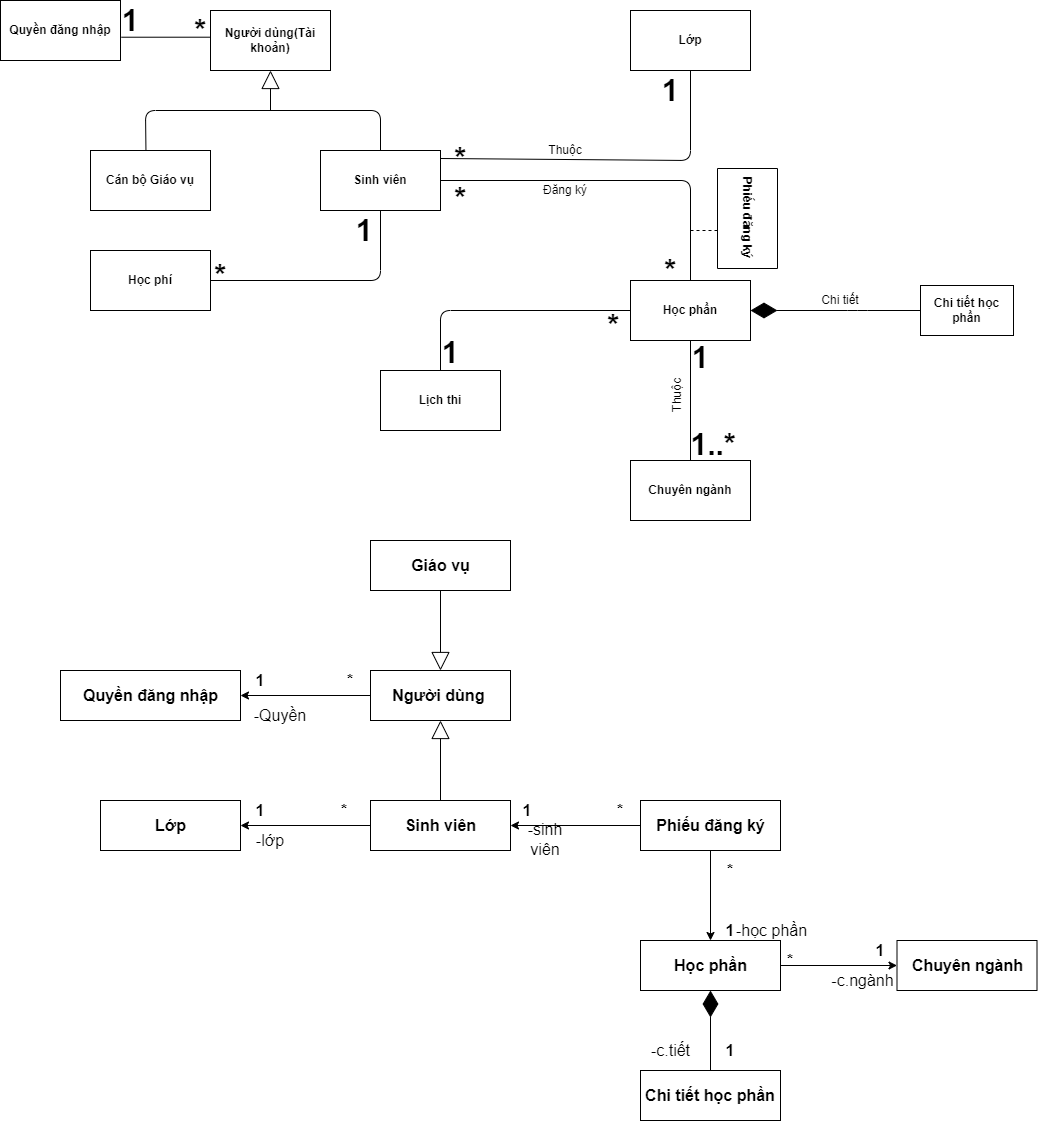
Dat0309/Cong-Nghe-Phan-Mem keeps this draw.io diagram as Ctk43/Phần Mềm Đăng Ký Học Phần/Class Diagram.drawio.png. Above is the earlier version. Source tidied: cells renumbered, new cells last; positions are measured from the earlier drawing's top-left corner, leaving out a move shared by most shapes.
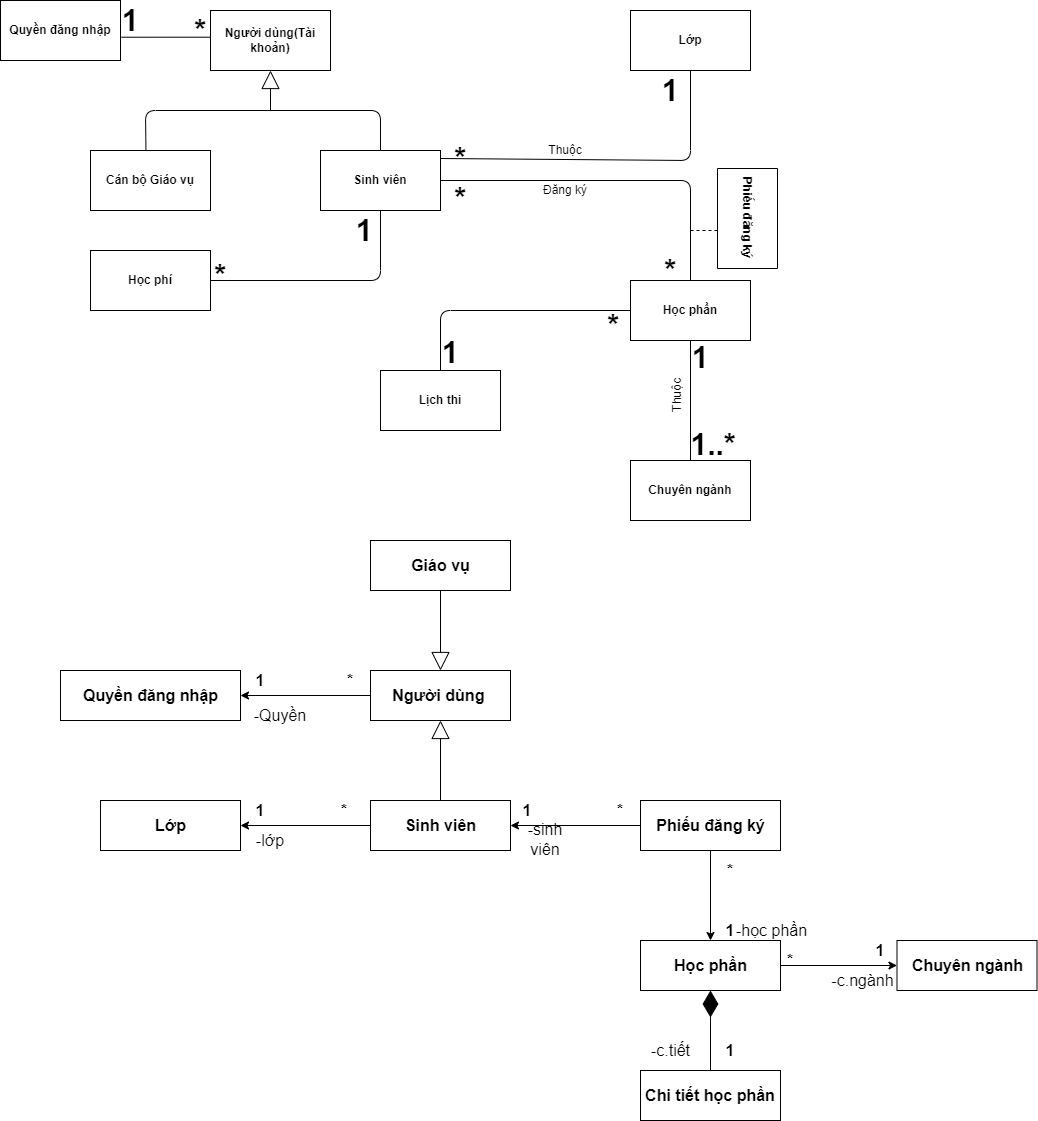
After the commit.

The edit, as a diff of the source:
```diff
@@ -58,19 +58,6 @@
     <mxCell id="15" style="endArrow=none;html=1;exitX=1.006;exitY=0.612;exitDx=0;exitDy=0;exitPerimeter=0;entryX=-0.001;entryY=0.445;entryDx=0;entryDy=0;entryPerimeter=0;" parent="1" edge="1" source="5" target="2">
       <mxGeometry relative="1" as="geometry" />
     </mxCell>
-    <mxCell id="16" value="&lt;b&gt;Chi tiết học phần&lt;/b&gt;" style="rounded=0;whiteSpace=wrap;html=1;" parent="1" vertex="1">
-      <mxGeometry x="920" y="285" width="93" height="50" as="geometry" />
-    </mxCell>
-    <mxCell id="17" style="endArrow=diamondThin;endFill=1;endSize=24;html=1;exitX=0;exitY=0.5;exitDx=0;exitDy=0;entryX=1;entryY=0.5;entryDx=0;entryDy=0;" parent="1" edge="1" source="16" target="4">
-      <mxGeometry relative="1" as="geometry">
-        <Array as="points">
-          <mxPoint x="857" y="310" />
-        </Array>
-      </mxGeometry>
-    </mxCell>
-    <mxCell id="18" value="Chi tiết" style="text;html=1;strokeColor=none;fillColor=none;align=center;verticalAlign=middle;whiteSpace=wrap;rounded=0;" parent="1" vertex="1">
-      <mxGeometry x="820" y="290" width="40" height="20" as="geometry" />
-    </mxCell>
     <mxCell id="19" value="Đăng ký" style="text;html=1;strokeColor=none;fillColor=none;align=center;verticalAlign=middle;whiteSpace=wrap;rounded=0;" parent="1" vertex="1">
       <mxGeometry x="540" y="180" width="50" height="20" as="geometry" />
     </mxCell>
```
